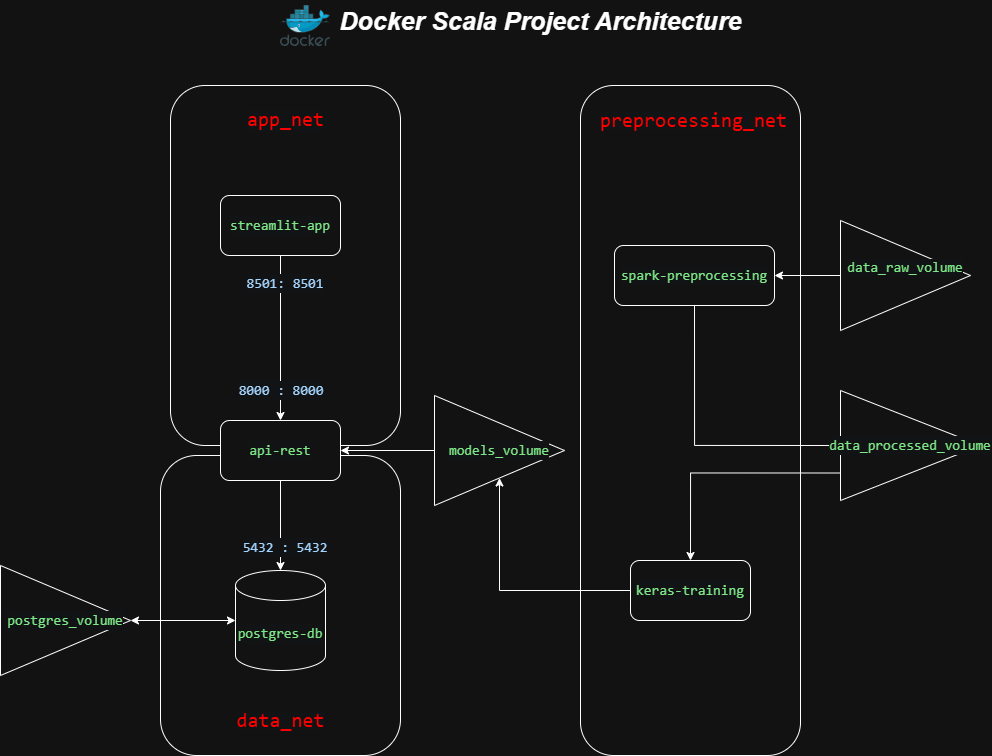
This is archi.drawio.png from Anis-adjaoud/docker-scala-project, a draw.io export, as it was before one commit. Source tidied: cells renumbered, new cells last; positions are measured from the earlier drawing's top-left corner, leaving out a move shared by most shapes.
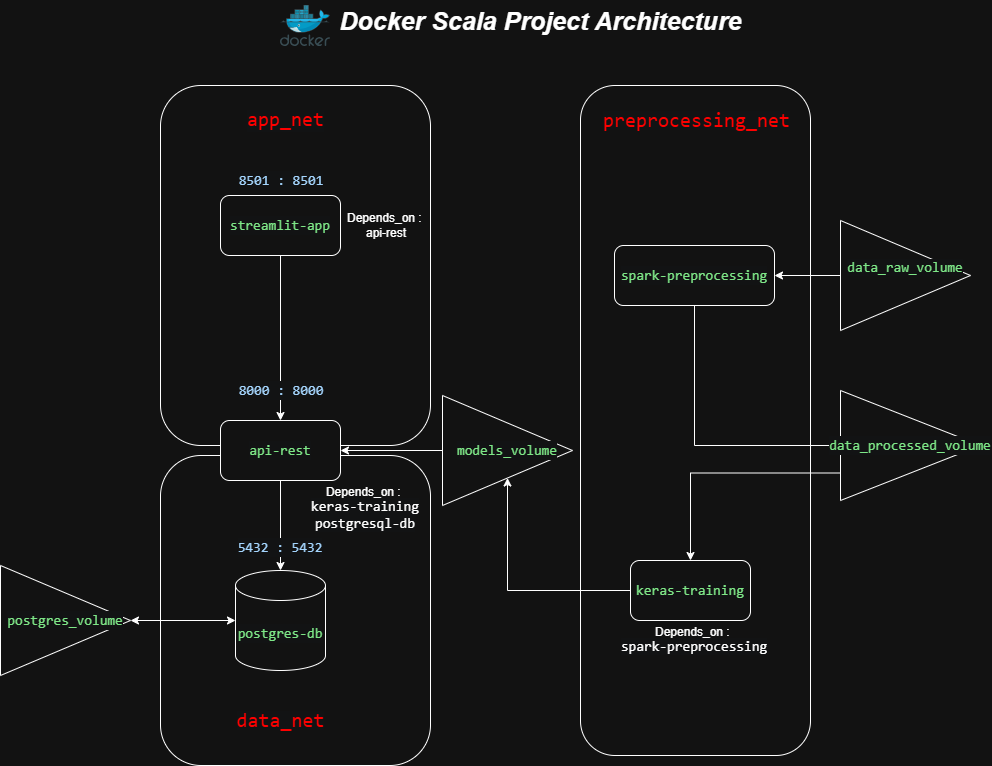
After the commit.

What changed in the source:
```diff
@@ -3,13 +3,13 @@
     <mxCell id="0" />
     <mxCell id="1" parent="0" />
     <mxCell id="2" style="rounded=1;whiteSpace=wrap;html=1;" parent="1" vertex="1">
-      <mxGeometry x="160" y="455" width="240" height="300" as="geometry" />
+      <mxGeometry x="160" y="455" width="270" height="310" as="geometry" />
     </mxCell>
     <mxCell id="3" style="rounded=1;whiteSpace=wrap;html=1;" parent="1" vertex="1">
-      <mxGeometry x="170" y="85" width="230" height="360" as="geometry" />
+      <mxGeometry x="160" y="85" width="270" height="360" as="geometry" />
     </mxCell>
     <mxCell id="4" style="rounded=1;whiteSpace=wrap;html=1;" parent="1" vertex="1">
-      <mxGeometry x="580" y="85" width="220" height="670" as="geometry" />
+      <mxGeometry x="580" y="85" width="230" height="670" as="geometry" />
     </mxCell>
     <mxCell id="5" style="edgeStyle=orthogonalEdgeStyle;rounded=0;jettySize=auto;html=1;exitX=0;exitY=0.5;exitDx=0;exitDy=0;" parent="1" edge="1" source="6" target="20">
       <mxGeometry relative="1" as="geometry" />
@@ -57,13 +57,13 @@
       <mxGeometry relative="1" as="geometry" />
     </mxCell>
     <mxCell id="20" value="&lt;div style=&quot;color: rgb(187, 190, 191); background-color: rgb(18, 19, 20); font-family: Consolas, &amp;quot;Courier New&amp;quot;, monospace; font-size: 14px; line-height: 19px; white-space: pre;&quot;&gt;&lt;span style=&quot;color: #7ee787;&quot;&gt;models_volume&lt;/span&gt;&lt;/div&gt;" style="triangle;whiteSpace=wrap;html=1;rotation=0;" parent="1" vertex="1">
-      <mxGeometry x="434" y="395" width="130" height="110" as="geometry" />
+      <mxGeometry x="442" y="395" width="130" height="110" as="geometry" />
     </mxCell>
     <mxCell id="21" value="&lt;div style=&quot;background-color: rgb(18, 19, 20); font-family: Consolas, &amp;quot;Courier New&amp;quot;, monospace; line-height: 19px; white-space: pre;&quot;&gt;&lt;div style=&quot;line-height: 19px;&quot;&gt;&lt;span&gt;&lt;font style=&quot;color: rgb(255, 0, 0);&quot;&gt;data_net&lt;/font&gt;&lt;/span&gt;&lt;/div&gt;&lt;/div&gt;" style="text;html=1;whiteSpace=wrap;strokeColor=none;fillColor=none;align=center;verticalAlign=middle;rounded=0;fontSize=20;" parent="1" vertex="1">
       <mxGeometry x="187.5" y="695" width="185" height="50" as="geometry" />
     </mxCell>
     <mxCell id="22" value="&lt;div style=&quot;background-color: rgb(18, 19, 20); font-family: Consolas, &amp;quot;Courier New&amp;quot;, monospace; line-height: 19px; white-space: pre;&quot;&gt;&lt;span&gt;&lt;font style=&quot;color: rgb(255, 0, 0);&quot;&gt;preprocessing_net&lt;/font&gt;&lt;/span&gt;&lt;/div&gt;" style="text;html=1;whiteSpace=wrap;strokeColor=none;fillColor=none;align=center;verticalAlign=middle;rounded=0;fontSize=20;" parent="1" vertex="1">
-      <mxGeometry x="601" y="95" width="185" height="50" as="geometry" />
+      <mxGeometry x="604" y="95" width="185" height="50" as="geometry" />
     </mxCell>
     <mxCell id="23" value="&lt;div style=&quot;background-color: rgb(18, 19, 20); font-family: Consolas, &amp;quot;Courier New&amp;quot;, monospace; line-height: 19px; white-space: pre;&quot;&gt;&lt;div style=&quot;line-height: 19px;&quot;&gt;&lt;font style=&quot;color: rgb(255, 0, 0); font-size: 20px;&quot;&gt;app_net&lt;/font&gt;&lt;/div&gt;&lt;/div&gt;" style="text;html=1;whiteSpace=wrap;strokeColor=none;fillColor=none;align=center;verticalAlign=middle;rounded=0;" parent="1" vertex="1">
       <mxGeometry x="192.5" y="95" width="185" height="50" as="geometry" />
@@ -72,10 +72,10 @@
       <mxGeometry relative="1" as="geometry" />
     </mxCell>
     <mxCell id="25" value="&lt;div style=&quot;color: rgb(187, 190, 191); background-color: rgb(18, 19, 20); font-family: Consolas, &amp;quot;Courier New&amp;quot;, monospace; font-size: 14px; line-height: 19px; white-space: pre;&quot;&gt;&lt;span style=&quot;color: #a5d6ff;&quot;&gt;5432 : &lt;/span&gt;&lt;span style=&quot;color: rgb(165, 214, 255);&quot;&gt;5432&lt;/span&gt;&lt;/div&gt;" style="text;html=1;whiteSpace=wrap;strokeColor=none;fillColor=none;align=center;verticalAlign=middle;rounded=0;" parent="1" vertex="1">
-      <mxGeometry x="255" y="532" width="60" height="30" as="geometry" />
+      <mxGeometry x="250" y="532" width="60" height="30" as="geometry" />
     </mxCell>
-    <mxCell id="26" value="&lt;div style=&quot;color: rgb(187, 190, 191); background-color: rgb(18, 19, 20); font-family: Consolas, &amp;quot;Courier New&amp;quot;, monospace; font-size: 14px; line-height: 19px; white-space: pre;&quot;&gt;&lt;span style=&quot;color: #a5d6ff;&quot;&gt;8501: 8501&lt;/span&gt;&lt;/div&gt;" style="text;html=1;whiteSpace=wrap;strokeColor=none;fillColor=none;align=center;verticalAlign=middle;rounded=0;" parent="1" vertex="1">
-      <mxGeometry x="255" y="268" width="60" height="30" as="geometry" />
+    <mxCell id="26" value="&lt;div style=&quot;color: rgb(187, 190, 191); background-color: rgb(18, 19, 20); font-family: Consolas, &amp;quot;Courier New&amp;quot;, monospace; font-size: 14px; line-height: 19px; white-space: pre;&quot;&gt;&lt;span style=&quot;color: #a5d6ff;&quot;&gt;8501 : 8501&lt;/span&gt;&lt;/div&gt;" style="text;html=1;whiteSpace=wrap;strokeColor=none;fillColor=none;align=center;verticalAlign=middle;rounded=0;" parent="1" vertex="1">
+      <mxGeometry x="251" y="165" width="60" height="30" as="geometry" />
     </mxCell>
     <mxCell id="27" value="&lt;div style=&quot;background-color: rgb(18, 19, 20); font-family: Consolas, &amp;quot;Courier New&amp;quot;, monospace; font-size: 14px; line-height: 19px; white-space: pre; color: rgb(187, 190, 191);&quot;&gt;&lt;font color=&quot;#a5d6ff&quot;&gt;8000 : 8000&lt;/font&gt;&lt;/div&gt;" style="text;html=1;whiteSpace=wrap;strokeColor=none;fillColor=none;align=center;verticalAlign=middle;rounded=0;" parent="1" vertex="1">
       <mxGeometry x="251" y="375" width="60" height="30" as="geometry" />
@@ -86,5 +86,14 @@
     <mxCell id="29" style="endArrow=classic;startArrow=classic;html=1;rounded=0;entryX=1;entryY=0.5;entryDx=0;entryDy=0;exitX=0;exitY=0.5;exitDx=0;exitDy=0;exitPerimeter=0;" parent="1" edge="1" source="13" target="28">
       <mxGeometry relative="1" as="geometry" />
     </mxCell>
+    <mxCell id="30" value="Depends_on :&amp;nbsp;&lt;div&gt;&lt;span style=&quot;font-family: Consolas, &amp;quot;Courier New&amp;quot;, monospace; font-size: 14px; white-space: pre; background-color: rgb(18, 19, 20);&quot;&gt;&lt;font style=&quot;color: rgb(255, 255, 255);&quot;&gt;spark-preprocessing&lt;/font&gt;&lt;/span&gt;&lt;/div&gt;" style="text;html=1;whiteSpace=wrap;strokeColor=none;fillColor=none;align=center;verticalAlign=middle;rounded=0;" parent="1" vertex="1">
+      <mxGeometry x="589" y="590" width="210" height="100" as="geometry" />
+    </mxCell>
+    <mxCell id="31" value="Depends_on :&amp;nbsp;&lt;div&gt;&lt;font face=&quot;Consolas, Courier New, monospace&quot;&gt;&lt;span style=&quot;font-size: 14px; white-space: pre; background-color: rgb(18, 19, 20);&quot;&gt;keras-training&lt;/span&gt;&lt;/font&gt;&lt;/div&gt;&lt;div&gt;&lt;font face=&quot;Consolas, Courier New, monospace&quot;&gt;&lt;span style=&quot;font-size: 14px; white-space: pre; background-color: rgb(18, 19, 20);&quot;&gt;postgresql-db&lt;/span&gt;&lt;/font&gt;&lt;/div&gt;" style="text;html=1;whiteSpace=wrap;strokeColor=none;fillColor=none;align=center;verticalAlign=middle;rounded=0;" parent="1" vertex="1">
+      <mxGeometry x="260" y="458" width="210" height="100" as="geometry" />
+    </mxCell>
+    <mxCell id="32" value="Depends_on :&amp;nbsp;&lt;div&gt;api-rest&lt;/div&gt;" style="text;html=1;whiteSpace=wrap;strokeColor=none;fillColor=none;align=center;verticalAlign=middle;rounded=0;" parent="1" vertex="1">
+      <mxGeometry x="281" y="175" width="210" height="100" as="geometry" />
+    </mxCell>
   </root>
 </mxGraphModel>
```
